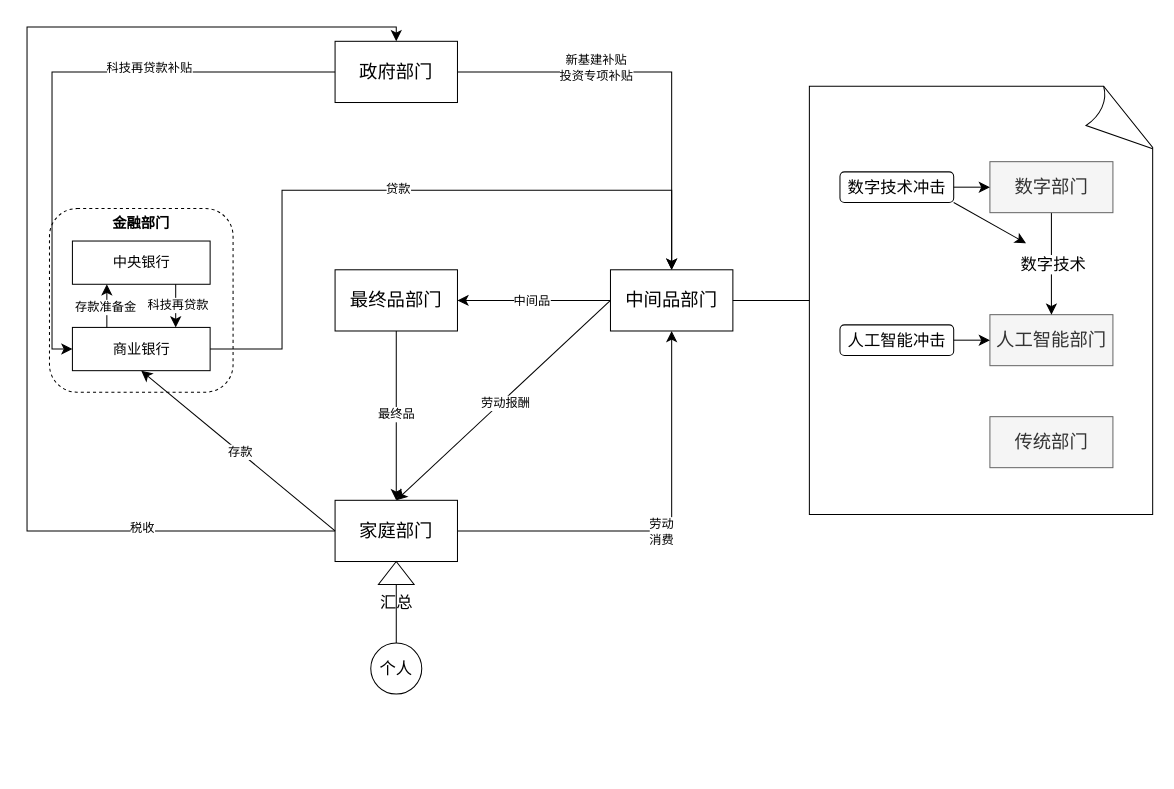
This is page "第 3 页" (3 of 3) of AIDsge.drawio from callwhat/drawio, a draw.io file, before an edit. Source tidied: cells renumbered, new cells numbered last; positions are measured from the earlier drawing's top-left corner, leaving out a move shared by most shapes. Both pictures are drawn from the tidied source at 102%, with x=0, y=0 at pixel (27, 27).
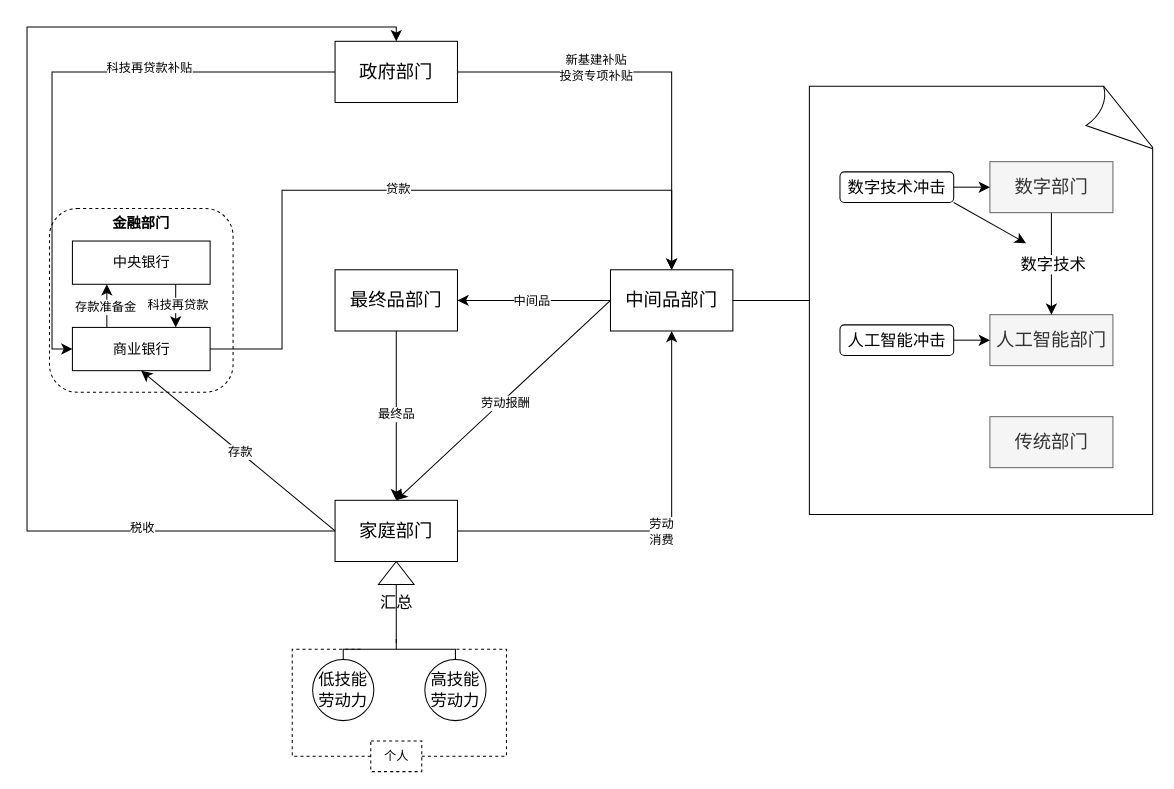
The same page after the edit.

Change to the diagram source:
```diff
@@
+    <mxCell id="47" style="edgeStyle=orthogonalEdgeStyle;rounded=0;jettySize=auto;html=1;endArrow=none;endFill=0;" parent="1" edge="1" source="39">
+      <mxGeometry relative="1" as="geometry">
+        <mxPoint x="362" y="600" as="targetPoint" />
+        <Array as="points">
+          <mxPoint x="310" y="610" />
+          <mxPoint x="362" y="610" />
+        </Array>
+      </mxGeometry>
+    </mxCell>
-    <mxCell id="39" value="&lt;font style=&quot;font-size: 16px;&quot;&gt;个人&lt;/font&gt;" style="ellipse;whiteSpace=wrap;html=1;rounded=0;glass=0;strokeColor=default;align=center;verticalAlign=middle;fontFamily=Helvetica;fontSize=12;fontColor=default;labelBorderColor=none;fillColor=none;gradientColor=none;" parent="1" vertex="1">
-      <mxGeometry x="337" y="604" width="50" height="50" as="geometry" />
+    <mxCell id="39" value="&lt;font style=&quot;font-size: 16px;&quot;&gt;低技能劳动力&lt;/font&gt;" style="ellipse;whiteSpace=wrap;html=1;rounded=0;glass=0;strokeColor=default;align=center;verticalAlign=middle;fontFamily=Helvetica;fontSize=12;fontColor=default;labelBorderColor=none;fillColor=none;gradientColor=none;" parent="1" vertex="1">
+      <mxGeometry x="280" y="620" width="60" height="60" as="geometry" />
     </mxCell>
@@
+    <mxCell id="48" style="edgeStyle=orthogonalEdgeStyle;rounded=0;jettySize=auto;html=1;endArrow=none;endFill=0;" parent="1" edge="1" source="49">
+      <mxGeometry relative="1" as="geometry">
+        <mxPoint x="362" y="610" as="targetPoint" />
+        <Array as="points">
+          <mxPoint x="362" y="610" />
+        </Array>
+      </mxGeometry>
+    </mxCell>
+    <mxCell id="49" value="&lt;font style=&quot;font-size: 16px;&quot;&gt;高技能劳动力&lt;/font&gt;" style="ellipse;whiteSpace=wrap;html=1;rounded=0;glass=0;strokeColor=default;align=center;verticalAlign=middle;fontFamily=Helvetica;fontSize=12;fontColor=default;labelBorderColor=none;fillColor=none;gradientColor=none;" parent="1" vertex="1">
+      <mxGeometry x="390" y="620" width="60" height="60" as="geometry" />
+    </mxCell>
+    <mxCell id="50" style="edgeStyle=orthogonalEdgeStyle;rounded=0;jettySize=auto;html=1;endArrow=none;endFill=0;dashed=1;" parent="1" edge="1" source="52">
+      <mxGeometry relative="1" as="geometry">
+        <mxPoint x="330" y="610" as="targetPoint" />
+        <Array as="points">
+          <mxPoint x="260" y="715" />
+          <mxPoint x="260" y="610" />
+        </Array>
+      </mxGeometry>
+    </mxCell>
+    <mxCell id="51" style="edgeStyle=orthogonalEdgeStyle;rounded=0;jettySize=auto;html=1;endArrow=none;endFill=0;startArrow=none;startFill=0;dashed=1;entryX=0.5;entryY=0;entryDx=0;entryDy=0;" parent="1" edge="1" source="52" target="49">
+      <mxGeometry relative="1" as="geometry">
+        <Array as="points">
+          <mxPoint x="470" y="715" />
+          <mxPoint x="470" y="610" />
+          <mxPoint x="420" y="610" />
+        </Array>
+      </mxGeometry>
+    </mxCell>
+    <mxCell id="52" value="个人" style="text;html=1;align=center;verticalAlign=middle;points=[];labelBorderColor=none;labelBackgroundColor=default;strokeColor=default;dashed=1;" parent="1" vertex="1">
+      <mxGeometry x="337" y="700" width="50" height="30" as="geometry" />
+    </mxCell>
```
